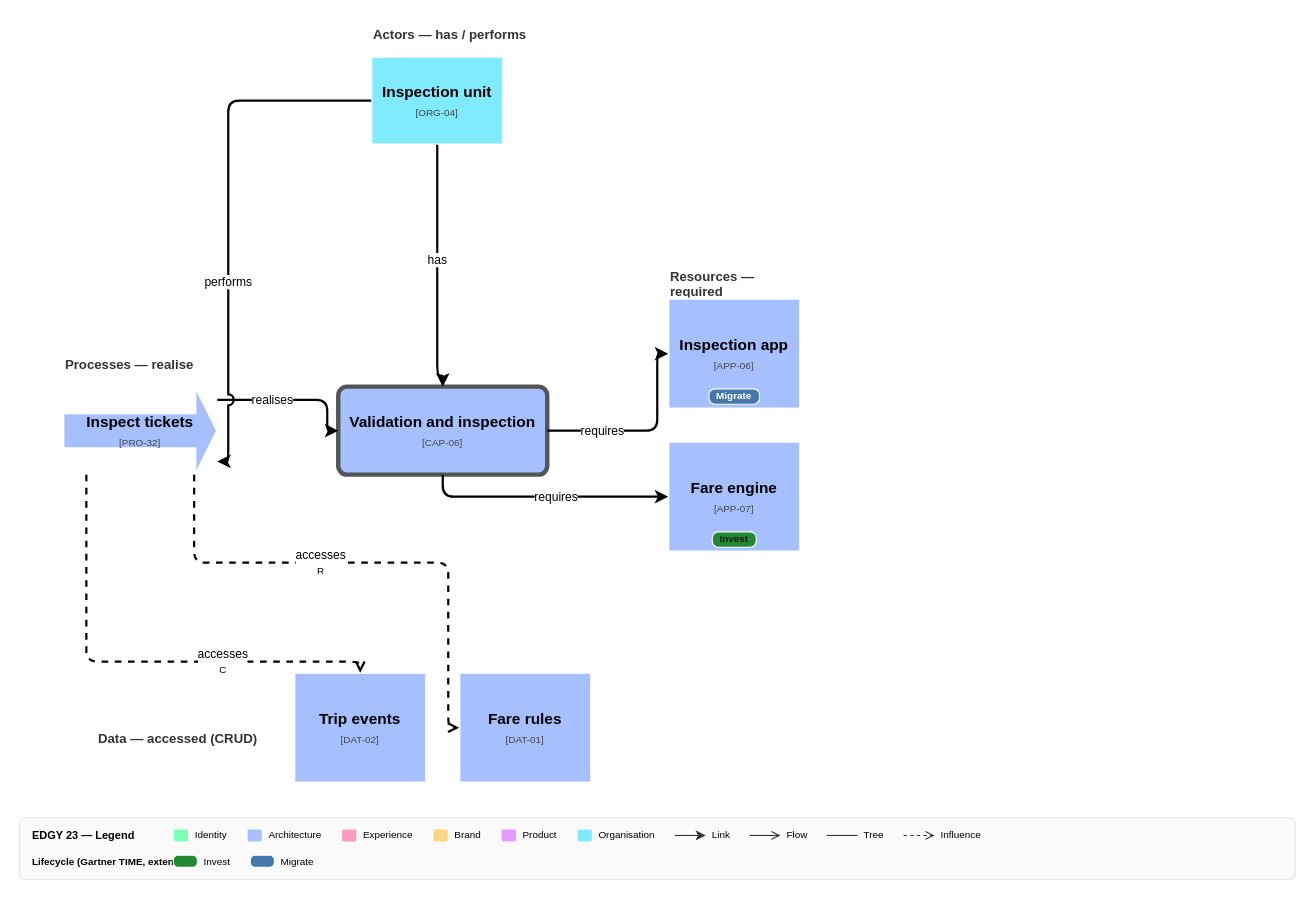
The draw.io diagram page "Capability · CAP-06 Validation and inspection" (2 of 4) of skills/documentation/edgy-diagram/examples/expected-capability-view.drawio in Rahola/edgy-skills, before the edit. Source tidied: cells renumbered, new cells numbered last; positions are measured from the earlier drawing's top-left corner, leaving out a move shared by most shapes. Both pictures are drawn from the tidied source at 110%, with x=0, y=0 at pixel (19, 19).
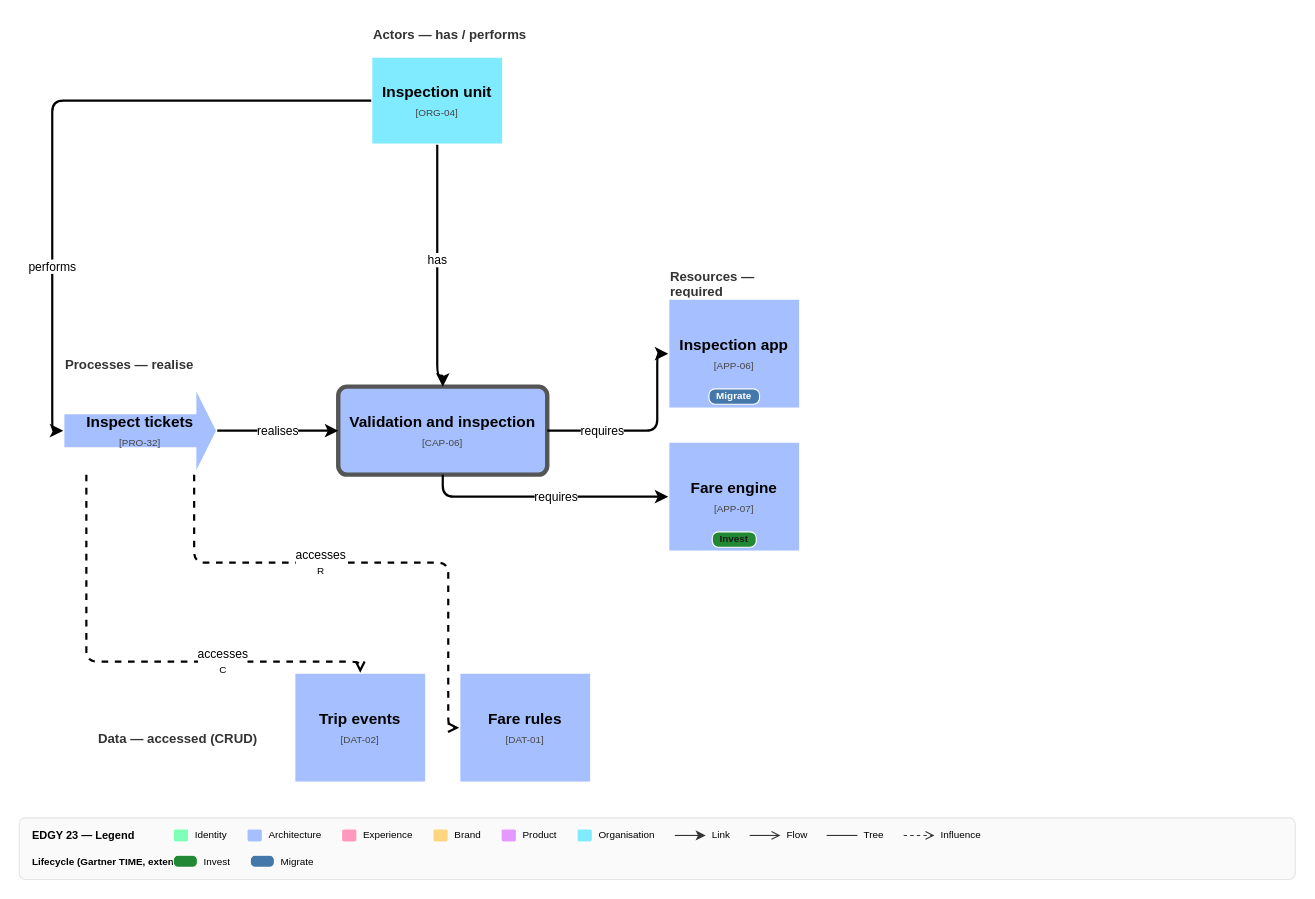
The same diagram, later.

Unchanged cells that the change refers to:
```xml
<mxCell id="6" value="&lt;b&gt;Validation and inspection&lt;/b&gt;&lt;br&gt;&lt;font style=&quot;font-size:9px;color:#444444;font-weight:normal&quot;&gt;[CAP-06]&lt;/font&gt;" style="rounded=1;whiteSpace=wrap;html=1;fillColor=#a6c0ff;strokeColor=#555555;strokeWidth=4;arcSize=10;verticalAlign=middle;fontStyle=1;fontSize=14;edgyId=CAP-06;edgyType=capability;edgyFacet=architecture;edgyOcc=capability-cap-06-validation-and-inspection/6;" parent="1" vertex="1">
  <mxGeometry x="290" y="334" width="190" height="80" as="geometry" />
</mxCell>
<mxCell id="7" value="&lt;b&gt;Inspect tickets&lt;/b&gt;&lt;br&gt;&lt;font style=&quot;font-size:9px;color:#444444;font-weight:normal&quot;&gt;[PRO-32]&lt;/font&gt;" style="shape=mxgraph.arrows2.arrow;dy=0.6;dx=20;notch=0;whiteSpace=wrap;html=1;fillColor=#a6c0ff;strokeColor=#FFFFFF;strokeWidth=2;verticalAlign=middle;fontStyle=1;fontSize=14;edgyId=PRO-32;edgyType=process;edgyFacet=architecture;edgyOcc=capability-cap-06-validation-and-inspection/7;" parent="1" vertex="1">
  <mxGeometry x="40" y="334" width="140" height="80" as="geometry" />
</mxCell>
<mxCell id="12" value="&lt;b&gt;Inspection unit&lt;/b&gt;&lt;br&gt;&lt;font style=&quot;font-size:9px;color:#444444;font-weight:normal&quot;&gt;[ORG-04]&lt;/font&gt;" style="whiteSpace=wrap;html=1;fillColor=#80eaff;strokeColor=#FFFFFF;strokeWidth=2;verticalAlign=middle;fontStyle=1;fontSize=14;edgyId=ORG-04;edgyType=organisation;edgyFacet=intersection;edgyOcc=capability-cap-06-validation-and-inspection/12;" parent="1" vertex="1">
  <mxGeometry x="320" y="34" width="120" height="80" as="geometry" />
</mxCell>
```

Change to the diagram source:
```diff
@@
-    <mxCell id="15" value="realises" style="edgeStyle=orthogonalEdgeStyle;rounded=1;strokeWidth=2;fontSize=11;html=1;jumpStyle=arc;jumpSize=8;labelBackgroundColor=#ffffff;labelBorderColor=none;endArrow=classic;endFill=1;exitX=1.0;exitY=0.15;exitDx=0;exitDy=0;entryX=0.0;entryY=0.5;entryDx=0;entryDy=0;" parent="1" edge="1" source="7" target="6">
-      <mxGeometry x="-0.28" relative="1" as="geometry">
+    <mxCell id="15" value="realises" style="edgeStyle=orthogonalEdgeStyle;rounded=1;strokeWidth=2;fontSize=11;html=1;jumpStyle=arc;jumpSize=8;labelBackgroundColor=#ffffff;labelBorderColor=none;endArrow=classic;endFill=1;exitX=1.0;exitY=0.5;exitDx=0;exitDy=0;entryX=0.0;entryY=0.5;entryDx=0;entryDy=0;" parent="1" edge="1" source="7" target="6">
+      <mxGeometry relative="1" as="geometry">
         <Array as="points">
-          <mxPoint x="190" y="346" />
-          <mxPoint x="280" y="346" />
+          <mxPoint x="190" y="374" />
           <mxPoint x="280" y="374" />
         </Array>
       </mxGeometry>
     </mxCell>
@@
-    <mxCell id="19" value="performs" style="edgeStyle=orthogonalEdgeStyle;rounded=1;strokeWidth=2;fontSize=11;html=1;jumpStyle=arc;jumpSize=8;labelBackgroundColor=#ffffff;labelBorderColor=none;endArrow=classic;endFill=1;exitX=0.0;exitY=0.5;exitDx=0;exitDy=0;entryX=1.0;entryY=0.85;entryDx=0;entryDy=0;" parent="1" edge="1" source="12" target="7">
-      <mxGeometry x="0.26" relative="1" as="geometry">
+    <mxCell id="19" value="performs" style="edgeStyle=orthogonalEdgeStyle;rounded=1;strokeWidth=2;fontSize=11;html=1;jumpStyle=arc;jumpSize=8;labelBackgroundColor=#ffffff;labelBorderColor=none;endArrow=classic;endFill=1;exitX=0.0;exitY=0.5;exitDx=0;exitDy=0;entryX=0.0;entryY=0.5;entryDx=0;entryDy=0;" parent="1" edge="1" source="12" target="7">
+      <mxGeometry x="0.47" relative="1" as="geometry">
         <Array as="points">
           <mxPoint x="310" y="74" />
-          <mxPoint x="190" y="74" />
-          <mxPoint x="190" y="402" />
+          <mxPoint x="30" y="74" />
+          <mxPoint x="30" y="374" />
         </Array>
       </mxGeometry>
     </mxCell>
```
